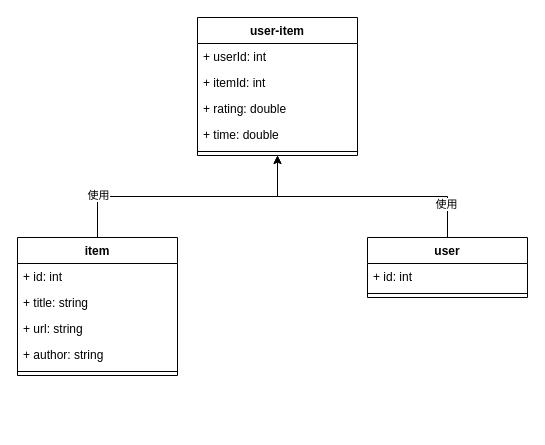
The draw.io diagram page "Page-6" (6 of 7) of 开题报告.drawio in justxuewei/draw.io, before the edit. Source tidied: cells renumbered, new cells numbered last; positions are measured from the earlier drawing's top-left corner, leaving out a move shared by most shapes. Both pictures are drawn from the tidied source at 100%, with x=0, y=0 at pixel (17, 17).
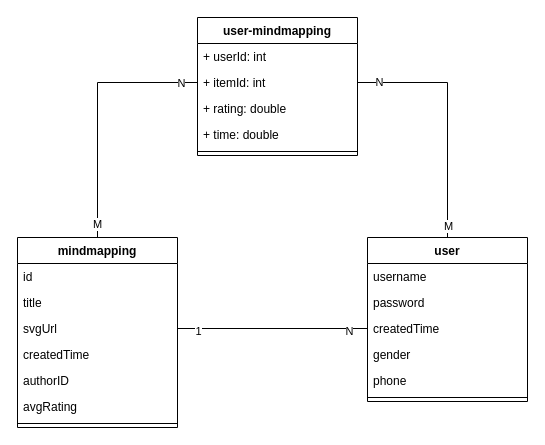
Above is the later version.

Unchanged cells that the change refers to:
```xml
<mxCell id="17" value="+ itemId: int" style="text;strokeColor=none;fillColor=none;align=left;verticalAlign=top;spacingLeft=4;spacingRight=4;overflow=hidden;points=[[0,0.5],[1,0.5]];portConstraint=eastwest;" parent="15" vertex="1">
  <mxGeometry y="52" width="160" height="26" as="geometry" />
</mxCell>
```

Diff of the diagram source:
```diff
@@
-    <mxCell id="2" style="edgeStyle=orthogonalEdgeStyle;rounded=0;jettySize=auto;html=1;exitX=0.5;exitY=0;exitDx=0;exitDy=0;entryX=0.5;entryY=1;entryDx=0;entryDy=0;" parent="1" edge="1" source="4" target="15">
-      <mxGeometry relative="1" as="geometry" />
-    </mxCell>
-    <mxCell id="3" value="使用" style="edgeLabel;html=1;align=center;verticalAlign=middle;" parent="2" vertex="1">
-      <mxGeometry x="-0.69" y="2" relative="1" as="geometry" />
-    </mxCell>
-    <mxCell id="4" value="item" style="swimlane;fontStyle=1;align=center;verticalAlign=top;horizontal=1;startSize=26;" parent="1" vertex="1">
-      <mxGeometry y="220" width="160" height="138" as="geometry" />
+    <mxCell id="4" value="mindmapping" style="swimlane;fontStyle=1;align=center;verticalAlign=top;horizontal=1;startSize=26;" parent="1" vertex="1">
+      <mxGeometry y="220" width="160" height="190" as="geometry" />
     </mxCell>
-    <mxCell id="5" value="+ id: int" style="text;strokeColor=none;fillColor=none;align=left;verticalAlign=top;spacingLeft=4;spacingRight=4;overflow=hidden;" parent="4" vertex="1">
+    <mxCell id="5" value="id " style="text;strokeColor=none;fillColor=none;align=left;verticalAlign=top;spacingLeft=4;spacingRight=4;overflow=hidden;" parent="4" vertex="1">
       <mxGeometry y="26" width="160" height="26" as="geometry" />
     </mxCell>
-    <mxCell id="6" value="+ title: string" style="text;strokeColor=none;fillColor=none;align=left;verticalAlign=top;spacingLeft=4;spacingRight=4;overflow=hidden;" parent="4" vertex="1">
+    <mxCell id="6" value="title" style="text;strokeColor=none;fillColor=none;align=left;verticalAlign=top;spacingLeft=4;spacingRight=4;overflow=hidden;" parent="4" vertex="1">
       <mxGeometry y="52" width="160" height="26" as="geometry" />
     </mxCell>
-    <mxCell id="7" value="+ url: string" style="text;strokeColor=none;fillColor=none;align=left;verticalAlign=top;spacingLeft=4;spacingRight=4;overflow=hidden;points=[[0,0.5],[1,0.5]];portConstraint=eastwest;" parent="4" vertex="1">
+    <mxCell id="7" value="svgUrl" style="text;strokeColor=none;fillColor=none;align=left;verticalAlign=top;spacingLeft=4;spacingRight=4;overflow=hidden;points=[[0,0.5],[1,0.5]];portConstraint=eastwest;" parent="4" vertex="1">
       <mxGeometry y="78" width="160" height="26" as="geometry" />
     </mxCell>
-    <mxCell id="8" value="+ author: string" style="text;strokeColor=none;fillColor=none;align=left;verticalAlign=top;spacingLeft=4;spacingRight=4;overflow=hidden;" parent="4" vertex="1">
+    <mxCell id="8" value="createdTime" style="text;strokeColor=none;fillColor=none;align=left;verticalAlign=top;spacingLeft=4;spacingRight=4;overflow=hidden;" parent="4" vertex="1">
       <mxGeometry y="104" width="160" height="26" as="geometry" />
     </mxCell>
+    <mxCell id="21" value="authorID" style="text;strokeColor=none;fillColor=none;align=left;verticalAlign=top;spacingLeft=4;spacingRight=4;overflow=hidden;" parent="4" vertex="1">
+      <mxGeometry y="130" width="160" height="26" as="geometry" />
+    </mxCell>
+    <mxCell id="22" value="avgRating" style="text;strokeColor=none;fillColor=none;align=left;verticalAlign=top;spacingLeft=4;spacingRight=4;overflow=hidden;" parent="4" vertex="1">
+      <mxGeometry y="156" width="160" height="26" as="geometry" />
+    </mxCell>
     <mxCell id="9" style="line;strokeWidth=1;fillColor=none;align=left;verticalAlign=middle;spacingTop=-1;spacingLeft=3;spacingRight=3;labelPosition=right;" parent="4" vertex="1">
-      <mxGeometry y="130" width="160" height="8" as="geometry" />
+      <mxGeometry y="182" width="160" height="8" as="geometry" />
     </mxCell>
-    <mxCell id="10" style="edgeStyle=orthogonalEdgeStyle;rounded=0;jettySize=auto;html=1;exitX=0.5;exitY=0;exitDx=0;exitDy=0;entryX=0.5;entryY=1;entryDx=0;entryDy=0;" parent="1" edge="1" source="12" target="15">
-      <mxGeometry relative="1" as="geometry" />
-    </mxCell>
-    <mxCell id="11" value="使用" style="edgeLabel;html=1;align=center;verticalAlign=middle;" parent="10" vertex="1">
-      <mxGeometry x="-0.73" y="2" relative="1" as="geometry" />
-    </mxCell>
+    <mxCell id="23" style="edgeStyle=orthogonalEdgeStyle;rounded=0;jettySize=auto;html=1;exitX=0.5;exitY=0;exitDx=0;exitDy=0;entryX=1;entryY=0.5;entryDx=0;entryDy=0;endArrow=none;endFill=0;" parent="1" edge="1" source="12" target="17">
+      <mxGeometry relative="1" as="geometry" />
+    </mxCell>
+    <mxCell id="24" value="N" style="edgeLabel;html=1;align=center;verticalAlign=middle;" parent="23" vertex="1">
+      <mxGeometry x="0.83" y="-1" relative="1" as="geometry" />
+    </mxCell>
+    <mxCell id="25" value="M" style="edgeLabel;html=1;align=center;verticalAlign=middle;" parent="23" vertex="1">
+      <mxGeometry x="-0.9" y="-2" relative="1" as="geometry">
+        <mxPoint x="-2" as="offset" />
+      </mxGeometry>
+    </mxCell>
     <mxCell id="12" value="user" style="swimlane;fontStyle=1;align=center;verticalAlign=top;horizontal=1;startSize=26;" parent="1" vertex="1">
-      <mxGeometry x="350" y="220" width="160" height="60" as="geometry" />
+      <mxGeometry x="350" y="220" width="160" height="164" as="geometry" />
     </mxCell>
+    <mxCell id="26" value="username" style="text;strokeColor=none;fillColor=none;align=left;verticalAlign=top;spacingLeft=4;spacingRight=4;overflow=hidden;" parent="12" vertex="1">
+      <mxGeometry y="26" width="160" height="26" as="geometry" />
+    </mxCell>
+    <mxCell id="27" value="password" style="text;strokeColor=none;fillColor=none;align=left;verticalAlign=top;spacingLeft=4;spacingRight=4;overflow=hidden;" parent="12" vertex="1">
+      <mxGeometry y="52" width="160" height="26" as="geometry" />
+    </mxCell>
-    <mxCell id="13" value="+ id: int" style="text;strokeColor=none;fillColor=none;align=left;verticalAlign=top;spacingLeft=4;spacingRight=4;overflow=hidden;points=[[0,0.5],[1,0.5]];portConstraint=eastwest;" parent="12" vertex="1">
-      <mxGeometry y="26" width="160" height="26" as="geometry" />
+    <mxCell id="13" value="createdTime" style="text;strokeColor=none;fillColor=none;align=left;verticalAlign=top;spacingLeft=4;spacingRight=4;overflow=hidden;points=[[0,0.5],[1,0.5]];portConstraint=eastwest;" parent="12" vertex="1">
+      <mxGeometry y="78" width="160" height="26" as="geometry" />
     </mxCell>
+    <mxCell id="28" value="gender" style="text;strokeColor=none;fillColor=none;align=left;verticalAlign=top;spacingLeft=4;spacingRight=4;overflow=hidden;" parent="12" vertex="1">
+      <mxGeometry y="104" width="160" height="26" as="geometry" />
+    </mxCell>
+    <mxCell id="29" value="phone" style="text;strokeColor=none;fillColor=none;align=left;verticalAlign=top;spacingLeft=4;spacingRight=4;overflow=hidden;" parent="12" vertex="1">
+      <mxGeometry y="130" width="160" height="26" as="geometry" />
+    </mxCell>
     <mxCell id="14" style="line;strokeWidth=1;fillColor=none;align=left;verticalAlign=middle;spacingTop=-1;spacingLeft=3;spacingRight=3;labelPosition=right;" parent="12" vertex="1">
-      <mxGeometry y="52" width="160" height="8" as="geometry" />
+      <mxGeometry y="156" width="160" height="8" as="geometry" />
     </mxCell>
-    <mxCell id="15" value="user-item" style="swimlane;fontStyle=1;align=center;verticalAlign=top;horizontal=1;startSize=26;" parent="1" vertex="1">
+    <mxCell id="15" value="user-mindmapping" style="swimlane;fontStyle=1;align=center;verticalAlign=top;horizontal=1;startSize=26;" parent="1" vertex="1">
       <mxGeometry x="180" width="160" height="138" as="geometry" />
     </mxCell>
@@
+    <mxCell id="30" style="edgeStyle=orthogonalEdgeStyle;rounded=0;jettySize=auto;html=1;exitX=0.5;exitY=0;exitDx=0;exitDy=0;entryX=0;entryY=0.5;entryDx=0;entryDy=0;endArrow=none;endFill=0;" parent="1" edge="1" source="4" target="17">
+      <mxGeometry relative="1" as="geometry" />
+    </mxCell>
+    <mxCell id="31" value="N" style="edgeLabel;html=1;align=center;verticalAlign=middle;" parent="30" vertex="1">
+      <mxGeometry x="0.87" relative="1" as="geometry" />
+    </mxCell>
+    <mxCell id="32" value="M" style="edgeLabel;html=1;align=center;verticalAlign=middle;" parent="30" vertex="1">
+      <mxGeometry x="-0.89" y="1" relative="1" as="geometry" />
+    </mxCell>
+    <mxCell id="33" style="edgeStyle=orthogonalEdgeStyle;rounded=0;jettySize=auto;html=1;exitX=1;exitY=0.5;exitDx=0;exitDy=0;entryX=0;entryY=0.5;entryDx=0;entryDy=0;endArrow=none;endFill=0;" parent="1" edge="1" source="7" target="13">
+      <mxGeometry relative="1" as="geometry" />
+    </mxCell>
+    <mxCell id="34" value="1" style="edgeLabel;html=1;align=center;verticalAlign=middle;" parent="33" vertex="1">
+      <mxGeometry x="-0.79" y="-2" relative="1" as="geometry" />
+    </mxCell>
+    <mxCell id="35" value="N" style="edgeLabel;html=1;align=center;verticalAlign=middle;" parent="33" vertex="1">
+      <mxGeometry x="0.8" y="-2" relative="1" as="geometry" />
+    </mxCell>
```
